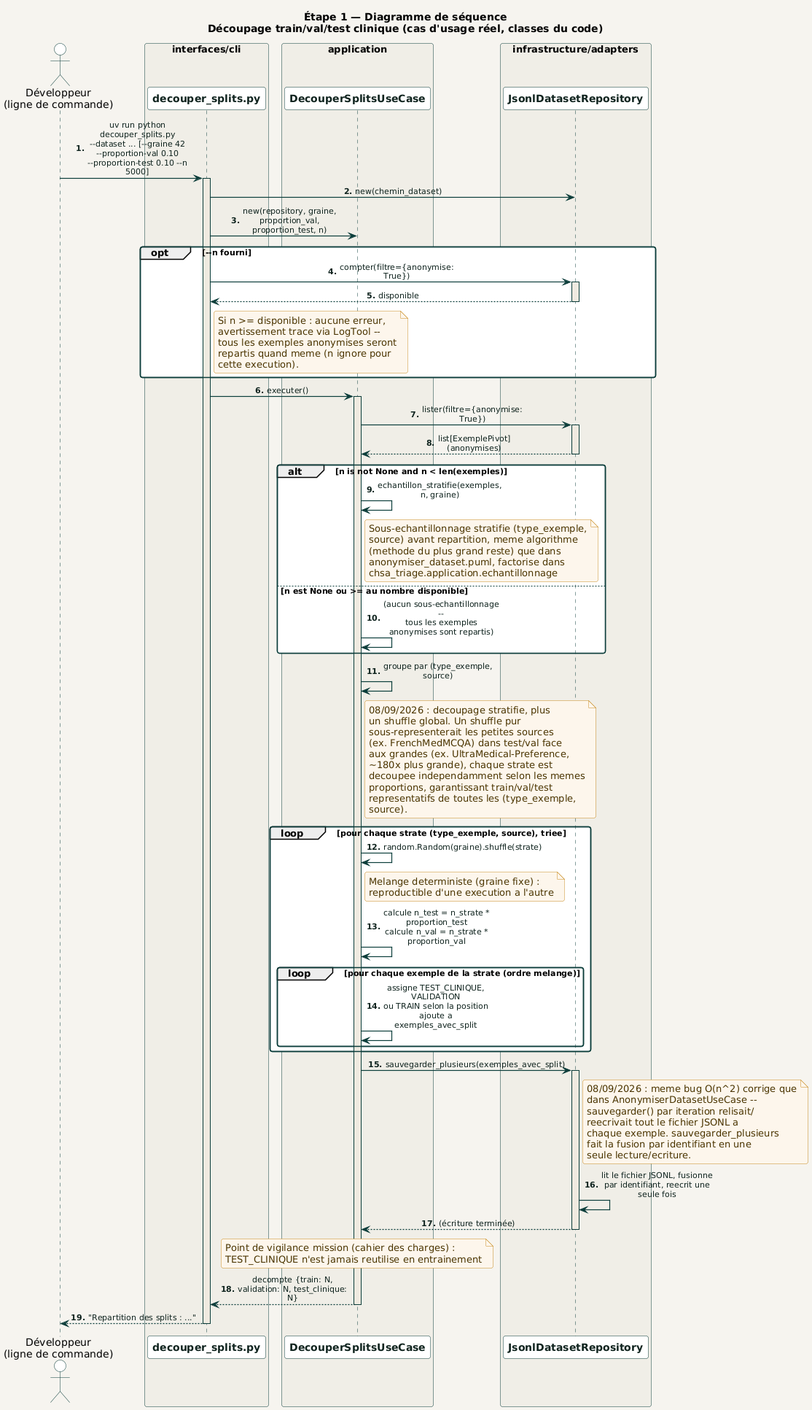
This is docs/diagrams/02_etape1_donnees/sequence/decouper_splits.png from racemartin/m14_ocr, a PlantUML export, as it was before one commit.
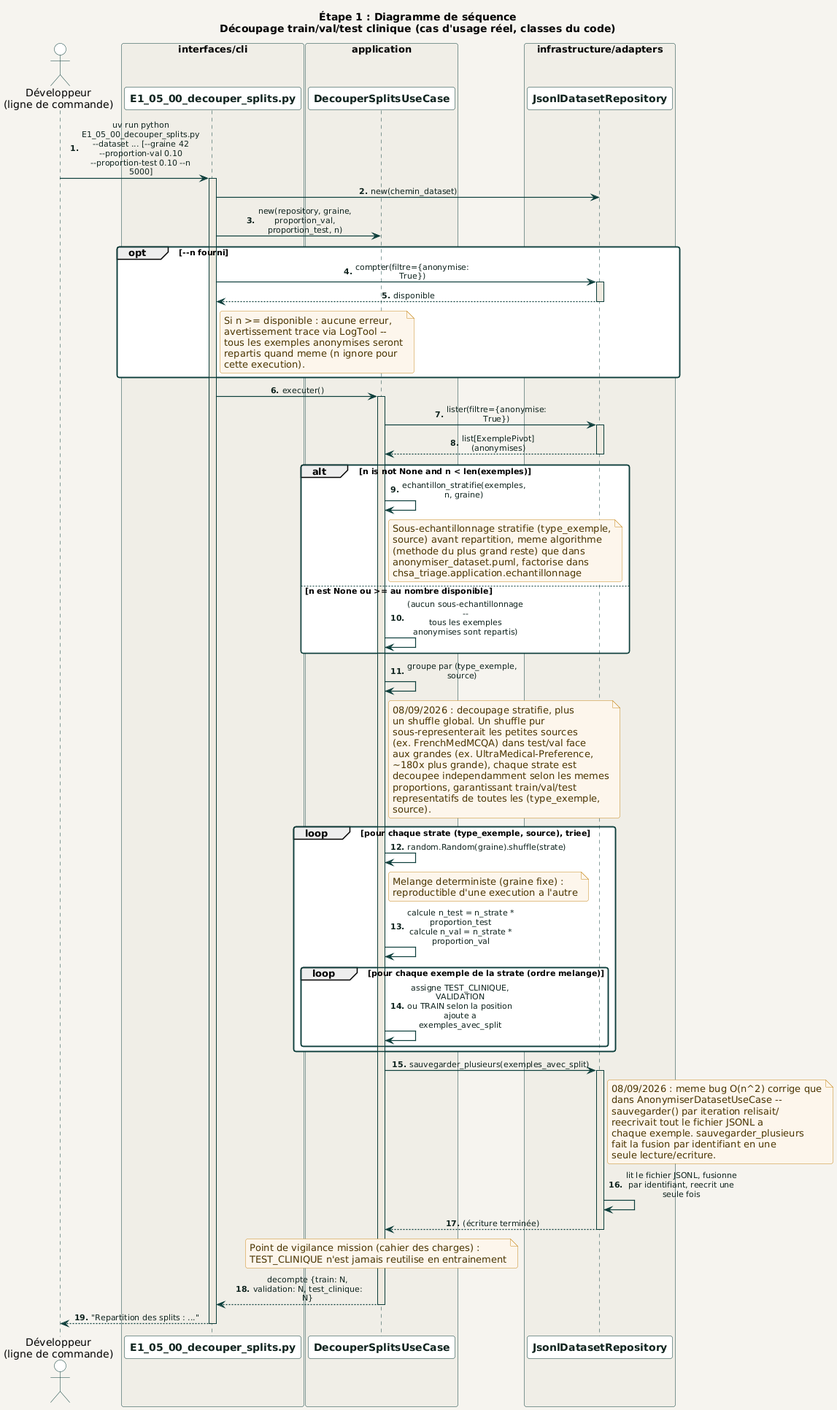
After the commit.

What changed in the source:
```diff
@@ -1,12 +1,12 @@
 @startuml decouper_splits
 !include ../../_common/estilo.iuml
 
-title Étape 1 — Diagramme de séquence\nDécoupage train/val/test clinique (cas d'usage réel, classes du code)
+title Étape 1 : Diagramme de séquence\nDécoupage train/val/test clinique (cas d'usage réel, classes du code)
 
 actor "Développeur\n(ligne de commande)" as Dev
 
 box "interfaces/cli" #F0EEE7
-  participant "decouper_splits.py" as CLI
+  participant "E1_05_00_decouper_splits.py" as CLI
 end box
 
 box "application" #F0EEE7
@@ -19,7 +19,7 @@
 
 autonumber "<b>0."
 
-Dev -> CLI : uv run python decouper_splits.py\n~-~-dataset ... [~-~-graine 42 ~-~-proportion-val 0.10 ~-~-proportion-test 0.10 ~-~-n 5000]
+Dev -> CLI : uv run python E1_05_00_decouper_splits.py\n~-~-dataset ... [~-~-graine 42 ~-~-proportion-val 0.10 ~-~-proportion-test 0.10 ~-~-n 5000]
 activate CLI
 
 CLI -> Repo : new(chemin_dataset)
```
